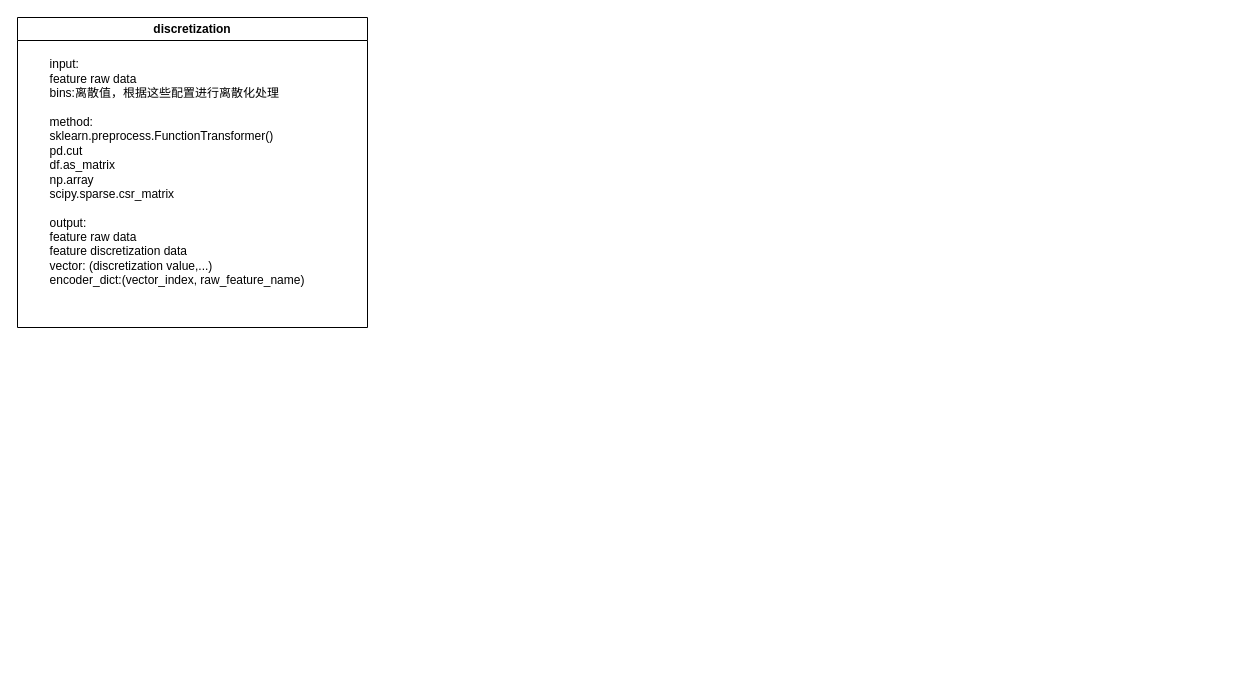
This is encoders/give_me_some_credit/encoder.drawio from dawangbaixiaofu/credit, a draw.io file, before an edit. Source tidied: cells renumbered, new cells numbered last; positions are measured from the earlier drawing's top-left corner, leaving out a move shared by most shapes. Both pictures are drawn from the tidied source at 100%, with x=0, y=0 at pixel (17, 17).
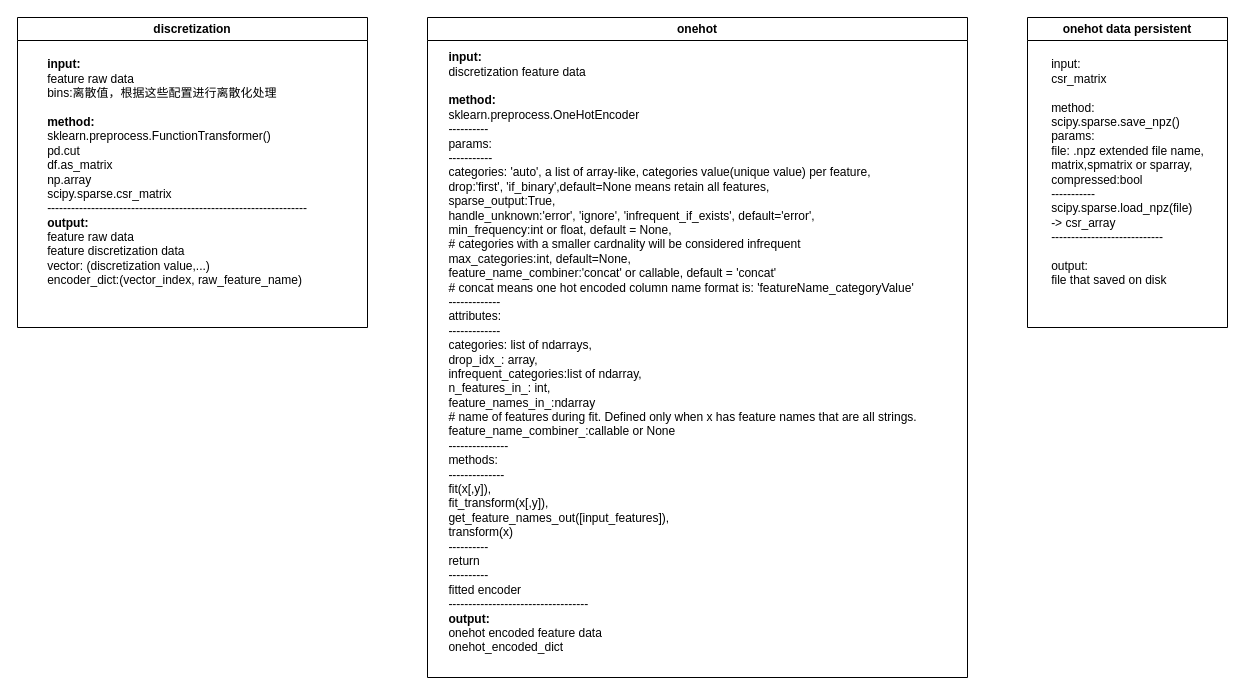
Above is the later version.

Commit message (it also covers changes not shown here):
give_me_some_credit:encoder:onehot

What changed in the source:
```diff
@@
 <mxGraphModel>
   <root>
     <mxCell id="0" />
     <mxCell id="1" parent="0" />
     <mxCell id="2" value="discretization" style="swimlane;whiteSpace=wrap;html=1;" parent="1" vertex="1">
       <mxGeometry width="350" height="310" as="geometry" />
     </mxCell>
-    <mxCell id="3" value="&lt;div style=&quot;text-align: justify;&quot;&gt;input:&amp;nbsp;&lt;/div&gt;&lt;div style=&quot;text-align: justify;&quot;&gt;feature raw data&lt;/div&gt;&lt;div style=&quot;text-align: justify;&quot;&gt;bins:离散值，根据这些配置进行离散化处理&lt;/div&gt;&lt;div style=&quot;text-align: justify;&quot;&gt;&lt;br&gt;&lt;/div&gt;&lt;div style=&quot;text-align: justify;&quot;&gt;method:&lt;/div&gt;&lt;div style=&quot;text-align: justify;&quot;&gt;sklearn.preprocess.FunctionTransformer()&lt;/div&gt;&lt;div style=&quot;text-align: justify;&quot;&gt;pd.cut&lt;/div&gt;&lt;div style=&quot;text-align: justify;&quot;&gt;df.as_matrix&lt;/div&gt;&lt;div style=&quot;text-align: justify;&quot;&gt;np.array&lt;/div&gt;&lt;div style=&quot;text-align: justify;&quot;&gt;scipy.sparse.csr_matrix&lt;/div&gt;&lt;div style=&quot;text-align: justify;&quot;&gt;&lt;br&gt;&lt;/div&gt;&lt;div style=&quot;text-align: justify;&quot;&gt;output:&lt;/div&gt;&lt;div style=&quot;text-align: justify;&quot;&gt;feature raw data&lt;/div&gt;&lt;div style=&quot;text-align: justify;&quot;&gt;feature discretization data&lt;/div&gt;&lt;div style=&quot;text-align: justify;&quot;&gt;vector: (discretization value,...)&lt;/div&gt;&lt;div style=&quot;text-align: justify;&quot;&gt;encoder_dict:(vector_index, raw_feature_name)&lt;/div&gt;" style="text;html=1;strokeColor=none;fillColor=none;align=center;verticalAlign=middle;whiteSpace=wrap;rounded=0;" parent="2" vertex="1">
+    <mxCell id="3" value="&lt;div style=&quot;text-align: justify;&quot;&gt;&lt;b&gt;input:&amp;nbsp;&lt;/b&gt;&lt;/div&gt;&lt;div style=&quot;text-align: justify;&quot;&gt;feature raw data&lt;/div&gt;&lt;div style=&quot;text-align: justify;&quot;&gt;bins:离散值，根据这些配置进行离散化处理&lt;/div&gt;&lt;div style=&quot;text-align: justify;&quot;&gt;&lt;br&gt;&lt;/div&gt;&lt;div style=&quot;text-align: justify;&quot;&gt;&lt;b&gt;method:&lt;/b&gt;&lt;/div&gt;&lt;div style=&quot;text-align: justify;&quot;&gt;sklearn.preprocess.FunctionTransformer()&lt;/div&gt;&lt;div style=&quot;text-align: justify;&quot;&gt;pd.cut&lt;/div&gt;&lt;div style=&quot;text-align: justify;&quot;&gt;df.as_matrix&lt;/div&gt;&lt;div style=&quot;text-align: justify;&quot;&gt;np.array&lt;/div&gt;&lt;div style=&quot;text-align: justify;&quot;&gt;scipy.sparse.csr_matrix&lt;/div&gt;&lt;div style=&quot;text-align: justify;&quot;&gt;-----------------------------------------------------------------&lt;/div&gt;&lt;div style=&quot;text-align: justify;&quot;&gt;&lt;b&gt;output:&lt;/b&gt;&lt;/div&gt;&lt;div style=&quot;text-align: justify;&quot;&gt;feature raw data&lt;/div&gt;&lt;div style=&quot;text-align: justify;&quot;&gt;feature discretization data&lt;/div&gt;&lt;div style=&quot;text-align: justify;&quot;&gt;vector: (discretization value,...)&lt;/div&gt;&lt;div style=&quot;text-align: justify;&quot;&gt;encoder_dict:(vector_index, raw_feature_name)&lt;/div&gt;" style="text;html=1;strokeColor=none;fillColor=none;align=center;verticalAlign=middle;whiteSpace=wrap;rounded=0;" parent="2" vertex="1">
       <mxGeometry x="20" y="35" width="280" height="240" as="geometry" />
     </mxCell>
+    <mxCell id="4" value="onehot" style="swimlane;whiteSpace=wrap;html=1;" parent="1" vertex="1">
+      <mxGeometry x="410" width="540" height="660" as="geometry" />
+    </mxCell>
+    <mxCell id="5" value="&lt;div style=&quot;text-align: justify;&quot;&gt;&lt;span style=&quot;background-color: initial;&quot;&gt;&lt;b&gt;input:&lt;/b&gt;&lt;/span&gt;&lt;/div&gt;&lt;div style=&quot;text-align: justify;&quot;&gt;&lt;span style=&quot;background-color: initial;&quot;&gt;discretization feature data&amp;nbsp;&lt;/span&gt;&lt;/div&gt;&lt;div style=&quot;text-align: justify;&quot;&gt;&lt;br&gt;&lt;/div&gt;&lt;div style=&quot;text-align: justify;&quot;&gt;&lt;span style=&quot;background-color: initial;&quot;&gt;&lt;b&gt;method:&lt;/b&gt;&lt;/span&gt;&lt;/div&gt;&lt;div style=&quot;text-align: justify;&quot;&gt;&lt;span style=&quot;background-color: initial;&quot;&gt;sklearn.preprocess.OneHotEncoder&lt;/span&gt;&lt;/div&gt;&lt;div style=&quot;text-align: justify;&quot;&gt;&lt;span style=&quot;background-color: initial;&quot;&gt;----------&lt;/span&gt;&lt;/div&gt;&lt;div style=&quot;text-align: justify;&quot;&gt;params:&lt;/div&gt;&lt;div style=&quot;text-align: justify;&quot;&gt;-----------&lt;/div&gt;&lt;div style=&quot;text-align: justify;&quot;&gt;categories: 'auto', a list of array-like, categories value(unique value) per feature,&lt;/div&gt;&lt;div style=&quot;text-align: justify;&quot;&gt;drop:'first', 'if_binary',default=None means retain all features,&lt;/div&gt;&lt;div style=&quot;text-align: justify;&quot;&gt;sparse_output:True,&lt;/div&gt;&lt;div style=&quot;text-align: justify;&quot;&gt;handle_unknown:'error', 'ignore', 'infrequent_if_exists', default='error',&lt;/div&gt;&lt;div style=&quot;text-align: justify;&quot;&gt;min_frequency:int or float, default = None,&lt;/div&gt;&lt;div style=&quot;text-align: justify;&quot;&gt;# categories with a smaller cardnality will be considered infrequent&lt;/div&gt;&lt;div style=&quot;text-align: justify;&quot;&gt;max_categories:int, default=None,&lt;/div&gt;&lt;div style=&quot;text-align: justify;&quot;&gt;feature_name_combiner:'concat' or callable, default = 'concat'&lt;/div&gt;&lt;div style=&quot;text-align: justify;&quot;&gt;# concat means one hot encoded column name format is: 'featureName_categoryValue'&lt;/div&gt;&lt;div style=&quot;text-align: justify;&quot;&gt;-------------&lt;/div&gt;&lt;div style=&quot;text-align: justify;&quot;&gt;attributes:&lt;/div&gt;&lt;div style=&quot;text-align: justify;&quot;&gt;-------------&lt;/div&gt;&lt;div style=&quot;text-align: justify;&quot;&gt;categories: list of ndarrays,&lt;/div&gt;&lt;div style=&quot;text-align: justify;&quot;&gt;drop_idx_: array,&lt;/div&gt;&lt;div style=&quot;text-align: justify;&quot;&gt;infrequent_categories:list of ndarray,&lt;/div&gt;&lt;div style=&quot;text-align: justify;&quot;&gt;n_features_in_: int,&amp;nbsp;&lt;/div&gt;&lt;div style=&quot;text-align: justify;&quot;&gt;feature_names_in_:ndarray&lt;/div&gt;&lt;div style=&quot;text-align: justify;&quot;&gt;# name of features during fit. Defined only when x has feature names that are all strings.&lt;/div&gt;&lt;div style=&quot;text-align: justify;&quot;&gt;feature_name_combiner_:callable or None&lt;/div&gt;&lt;div style=&quot;text-align: justify;&quot;&gt;---------------&lt;/div&gt;&lt;div style=&quot;text-align: justify;&quot;&gt;methods:&lt;/div&gt;&lt;div style=&quot;text-align: justify;&quot;&gt;--------------&lt;/div&gt;&lt;div style=&quot;text-align: justify;&quot;&gt;fit(x[,y]),&lt;/div&gt;&lt;div style=&quot;text-align: justify;&quot;&gt;fit_transform(x[,y]),&lt;/div&gt;&lt;div style=&quot;text-align: justify;&quot;&gt;get_feature_names_out([input_features]),&lt;/div&gt;&lt;div style=&quot;text-align: justify;&quot;&gt;transform(x)&lt;/div&gt;&lt;div style=&quot;text-align: justify;&quot;&gt;----------&lt;/div&gt;&lt;div style=&quot;text-align: justify;&quot;&gt;return&lt;/div&gt;&lt;div style=&quot;text-align: justify;&quot;&gt;----------&lt;/div&gt;&lt;div style=&quot;text-align: justify;&quot;&gt;fitted encoder&lt;/div&gt;&lt;div style=&quot;text-align: justify;&quot;&gt;-----------------------------------&lt;/div&gt;&lt;div style=&quot;text-align: justify;&quot;&gt;&lt;b&gt;output:&lt;/b&gt;&lt;/div&gt;&lt;div style=&quot;text-align: justify;&quot;&gt;onehot encoded feature data&amp;nbsp;&lt;/div&gt;&lt;div style=&quot;text-align: justify;&quot;&gt;onehot_encoded_dict&lt;/div&gt;" style="text;html=1;align=center;verticalAlign=middle;strokeColor=none;fillColor=none;" parent="4" vertex="1">
+      <mxGeometry x="10" y="25" width="490" height="620" as="geometry" />
+    </mxCell>
+    <mxCell id="6" value="onehot data persistent" style="swimlane;whiteSpace=wrap;html=1;" parent="1" vertex="1">
+      <mxGeometry x="1010" width="200" height="310" as="geometry" />
+    </mxCell>
+    <mxCell id="7" value="&lt;div style=&quot;text-align: justify;&quot;&gt;&lt;span style=&quot;background-color: initial;&quot;&gt;input:&lt;/span&gt;&lt;/div&gt;&lt;div style=&quot;text-align: justify;&quot;&gt;&lt;span style=&quot;background-color: initial;&quot;&gt;csr_matrix&lt;/span&gt;&lt;/div&gt;&lt;div style=&quot;text-align: justify;&quot;&gt;&lt;span style=&quot;background-color: initial;&quot;&gt;&lt;br&gt;&lt;/span&gt;&lt;/div&gt;&lt;div style=&quot;text-align: justify;&quot;&gt;&lt;span style=&quot;background-color: initial;&quot;&gt;method:&lt;/span&gt;&lt;/div&gt;&lt;div style=&quot;text-align: justify;&quot;&gt;&lt;span style=&quot;background-color: initial;&quot;&gt;scipy.sparse.save_npz()&lt;/span&gt;&lt;/div&gt;&lt;div style=&quot;text-align: justify;&quot;&gt;&lt;span style=&quot;background-color: initial;&quot;&gt;params:&lt;/span&gt;&lt;/div&gt;&lt;div style=&quot;text-align: justify;&quot;&gt;&lt;span style=&quot;background-color: initial;&quot;&gt;file: .npz extended file name,&lt;/span&gt;&lt;/div&gt;&lt;div style=&quot;text-align: justify;&quot;&gt;&lt;span style=&quot;background-color: initial;&quot;&gt;matrix,spmatrix or sparray,&lt;/span&gt;&lt;/div&gt;&lt;div style=&quot;text-align: justify;&quot;&gt;&lt;span style=&quot;background-color: initial;&quot;&gt;compressed:bool&lt;/span&gt;&lt;/div&gt;&lt;div style=&quot;text-align: justify;&quot;&gt;&lt;span style=&quot;background-color: initial;&quot;&gt;-----------&lt;/span&gt;&lt;/div&gt;&lt;div style=&quot;text-align: justify;&quot;&gt;scipy.sparse.load_npz(file)&lt;/div&gt;&lt;div style=&quot;text-align: justify;&quot;&gt;-&amp;gt; csr_array&lt;/div&gt;&lt;div style=&quot;text-align: justify;&quot;&gt;&lt;span style=&quot;background-color: initial;&quot;&gt;----------------------------&lt;/span&gt;&lt;/div&gt;&lt;div style=&quot;text-align: justify;&quot;&gt;&lt;span style=&quot;background-color: initial;&quot;&gt;&lt;br&gt;&lt;/span&gt;&lt;/div&gt;&lt;div style=&quot;text-align: justify;&quot;&gt;&lt;span style=&quot;background-color: initial;&quot;&gt;output:&lt;/span&gt;&lt;/div&gt;&lt;div style=&quot;text-align: justify;&quot;&gt;&lt;span style=&quot;background-color: initial;&quot;&gt;file that saved on disk&lt;/span&gt;&lt;/div&gt;" style="text;html=1;align=center;verticalAlign=middle;strokeColor=none;fillColor=none;" parent="6" vertex="1">
+      <mxGeometry x="10" y="35" width="180" height="240" as="geometry" />
+    </mxCell>
   </root>
 </mxGraphModel>
```
